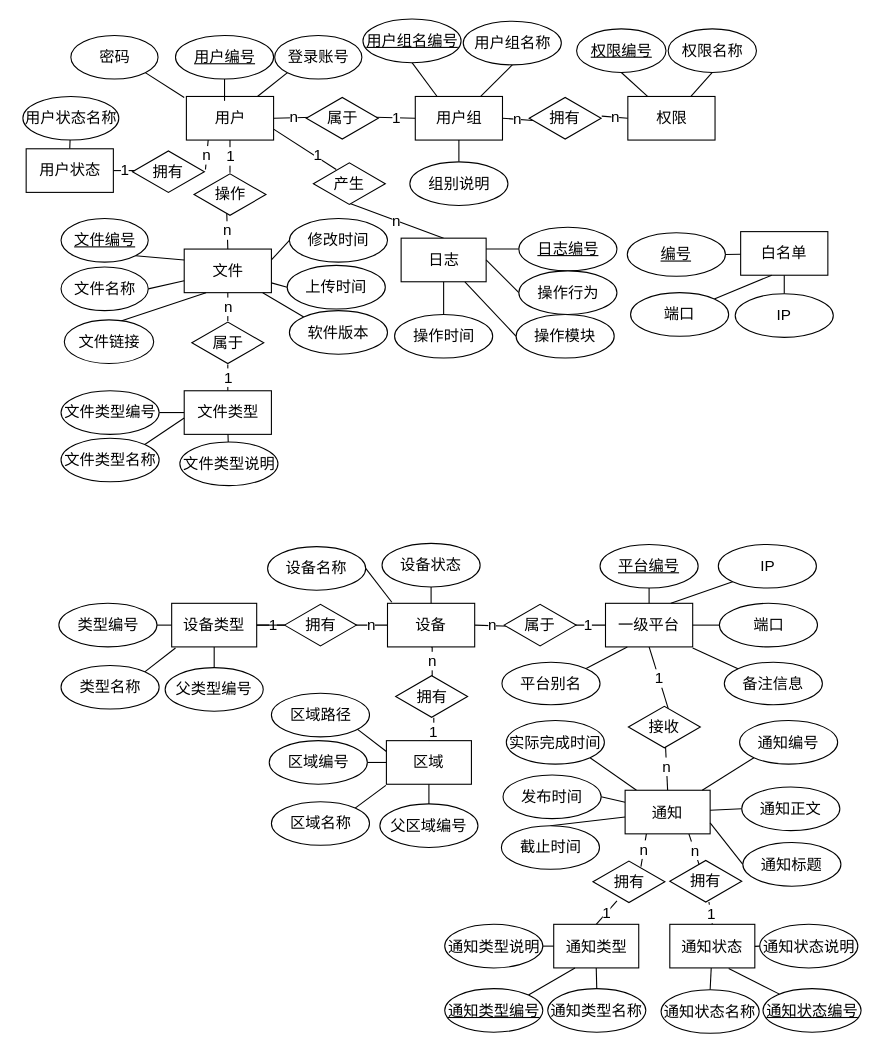
The draw.io diagram E-R.drawio in waterwatermelon/graph, before the edit. Source tidied: cells renumbered, new cells numbered last; positions are measured from the earlier drawing's top-left corner, leaving out a move shared by most shapes. Both pictures are drawn from the tidied source at 109%, with x=0, y=0 at pixel (23, 19).
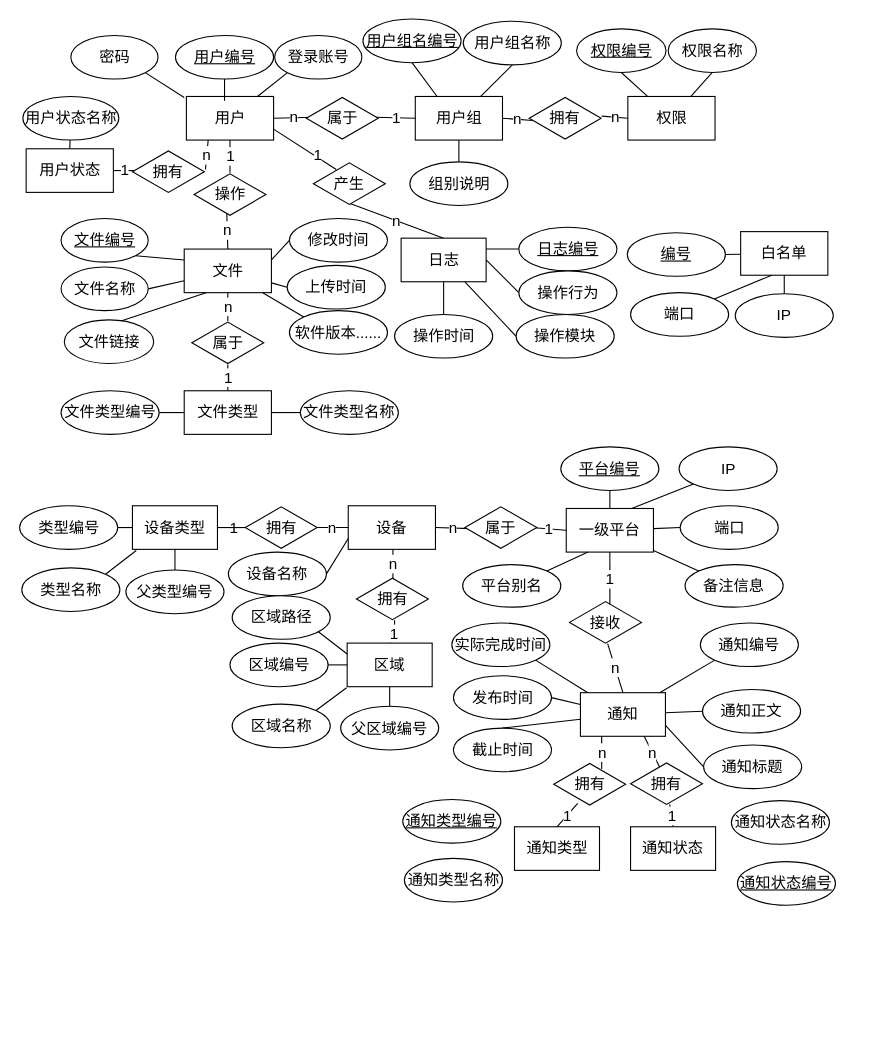
Above is the later version.

The change refers to these unchanged cells:
```xml
<mxCell id="135" value="文件类型" style="rounded=0;whiteSpace=wrap;html=1;fontSize=14;" parent="1" vertex="1">
  <mxGeometry x="147.5" y="341" width="80" height="40" as="geometry" />
</mxCell>
```

What changed in the source:
```diff
@@
     <mxCell id="29" value="n" style="edgeStyle=orthogonalEdgeStyle;rounded=0;jettySize=auto;html=1;exitX=0.5;exitY=1;exitDx=0;exitDy=0;endArrow=none;endFill=0;fontSize=14;" parent="1" edge="1" source="31">
       <mxGeometry relative="1" as="geometry">
-        <mxPoint x="375" y="603.5" as="targetPoint" />
+        <mxPoint x="339" y="514" as="targetPoint" />
       </mxGeometry>
     </mxCell>
@@
     <mxCell id="31" value="设备" style="rounded=0;whiteSpace=wrap;html=1;fontSize=14;" parent="1" vertex="1">
-      <mxGeometry x="334" y="536" width="80" height="40" as="geometry" />
+      <mxGeometry x="298" y="446.5" width="80" height="40" as="geometry" />
     </mxCell>
@@
     <mxCell id="34" value="一级平台" style="rounded=0;whiteSpace=wrap;html=1;fontSize=14;" parent="1" vertex="1">
-      <mxGeometry x="534" y="536" width="80" height="40" as="geometry" />
+      <mxGeometry x="498" y="449" width="80" height="40" as="geometry" />
     </mxCell>
-    <mxCell id="35" style="edgeStyle=none;rounded=0;jettySize=auto;html=1;exitX=1;exitY=0.5;exitDx=0;exitDy=0;entryX=0.05;entryY=-0.025;entryDx=0;entryDy=0;entryPerimeter=0;endArrow=none;endFill=0;fontSize=14;" parent="1" edge="1" source="36" target="31">
+    <mxCell id="35" style="rounded=0;jettySize=auto;html=1;exitX=1;exitY=0.5;exitDx=0;exitDy=0;entryX=0;entryY=0.75;entryDx=0;entryDy=0;endArrow=none;endFill=0;" parent="1" edge="1" source="36" target="31">
       <mxGeometry relative="1" as="geometry" />
     </mxCell>
     <mxCell id="36" value="设备名称" style="ellipse;whiteSpace=wrap;html=1;fontSize=14;" parent="1" vertex="1">
-      <mxGeometry x="224" y="484" width="90" height="40" as="geometry" />
+      <mxGeometry x="188" y="489" width="90" height="40" as="geometry" />
     </mxCell>
     <mxCell id="37" value="属于" style="html=1;whiteSpace=wrap;shape=isoRectangle;fontSize=14;" parent="1" vertex="1">
-      <mxGeometry x="441" y="536" width="66" height="40" as="geometry" />
+      <mxGeometry x="405" y="446.5" width="66" height="40" as="geometry" />
     </mxCell>
@@
     <mxCell id="39" value="&lt;u style=&quot;font-size: 14px;&quot;&gt;平台编号&lt;/u&gt;" style="ellipse;whiteSpace=wrap;html=1;fontSize=14;" parent="1" vertex="1">
-      <mxGeometry x="529" y="482" width="90" height="40" as="geometry" />
+      <mxGeometry x="493" y="392.5" width="90" height="40" as="geometry" />
     </mxCell>
-    <mxCell id="40" style="edgeStyle=none;rounded=0;jettySize=auto;html=1;exitX=0.5;exitY=1;exitDx=0;exitDy=0;entryX=0.5;entryY=0;entryDx=0;entryDy=0;endArrow=none;endFill=0;fontSize=14;" parent="1" edge="1" source="41" target="31">
-      <mxGeometry relative="1" as="geometry" />
-    </mxCell>
-    <mxCell id="41" value="设备状态" style="ellipse;whiteSpace=wrap;html=1;fontSize=14;" parent="1" vertex="1">
-      <mxGeometry x="329" y="481" width="90" height="40" as="geometry" />
-    </mxCell>
@@
     <mxCell id="43" value="IP" style="ellipse;whiteSpace=wrap;html=1;fontSize=14;" parent="1" vertex="1">
-      <mxGeometry x="637.5" y="482" width="90" height="40" as="geometry" />
+      <mxGeometry x="601.5" y="392.5" width="90" height="40" as="geometry" />
     </mxCell>
@@
     <mxCell id="45" value="端口" style="ellipse;whiteSpace=wrap;html=1;fontSize=14;" parent="1" vertex="1">
-      <mxGeometry x="638.5" y="536" width="90" height="40" as="geometry" />
+      <mxGeometry x="602.5" y="446.5" width="90" height="40" as="geometry" />
     </mxCell>
@@
     <mxCell id="72" value="区域" style="rounded=0;whiteSpace=wrap;html=1;fontSize=14;" parent="1" vertex="1">
-      <mxGeometry x="333" y="662" width="78" height="40" as="geometry" />
+      <mxGeometry x="297" y="572.5" width="78" height="40" as="geometry" />
     </mxCell>
     <mxCell id="73" value="拥有" style="html=1;whiteSpace=wrap;shape=isoRectangle;fontSize=14;" parent="1" vertex="1">
-      <mxGeometry x="341.5" y="601.5" width="66" height="40" as="geometry" />
+      <mxGeometry x="305.5" y="512" width="66" height="40" as="geometry" />
     </mxCell>
@@
     <mxCell id="75" value="区域编号" style="ellipse;whiteSpace=wrap;html=1;fontSize=14;" parent="1" vertex="1">
-      <mxGeometry x="225.5" y="662" width="90" height="40" as="geometry" />
+      <mxGeometry x="189.5" y="572.5" width="90" height="40" as="geometry" />
     </mxCell>
     <mxCell id="76" style="edgeStyle=none;rounded=0;jettySize=auto;html=1;exitX=1;exitY=0;exitDx=0;exitDy=0;endArrow=none;endFill=0;fontSize=14;" parent="1" edge="1" source="77">
       <mxGeometry relative="1" as="geometry">
-        <mxPoint x="332.5" y="703" as="targetPoint" />
+        <mxPoint x="296.5" y="613.5" as="targetPoint" />
       </mxGeometry>
     </mxCell>
     <mxCell id="77" value="区域名称" style="ellipse;whiteSpace=wrap;html=1;fontSize=14;" parent="1" vertex="1">
-      <mxGeometry x="227.5" y="718" width="90" height="40" as="geometry" />
+      <mxGeometry x="191.5" y="628.5" width="90" height="40" as="geometry" />
     </mxCell>
@@
     <mxCell id="79" value="父区域编号" style="ellipse;whiteSpace=wrap;html=1;fontSize=14;" parent="1" vertex="1">
-      <mxGeometry x="327" y="720" width="90" height="40" as="geometry" />
+      <mxGeometry x="291" y="630.5" width="90" height="40" as="geometry" />
     </mxCell>
     <mxCell id="80" style="edgeStyle=none;rounded=0;jettySize=auto;html=1;exitX=1;exitY=1;exitDx=0;exitDy=0;entryX=0;entryY=0.25;entryDx=0;entryDy=0;endArrow=none;endFill=0;fontSize=14;" parent="1" edge="1" target="72">
       <mxGeometry relative="1" as="geometry">
-        <mxPoint x="304.5" y="650" as="sourcePoint" />
+        <mxPoint x="268.5" y="560.5" as="sourcePoint" />
       </mxGeometry>
     </mxCell>
     <mxCell id="81" value="区域路径" style="ellipse;whiteSpace=wrap;html=1;fontSize=14;" parent="1" vertex="1">
-      <mxGeometry x="227.5" y="618.5" width="90" height="40" as="geometry" />
+      <mxGeometry x="191.5" y="529" width="90" height="40" as="geometry" />
     </mxCell>
@@
     <mxCell id="91" value="平台别名" style="ellipse;whiteSpace=wrap;html=1;fontSize=14;" parent="1" vertex="1">
-      <mxGeometry x="439" y="590" width="90" height="39" as="geometry" />
+      <mxGeometry x="403" y="500.5" width="90" height="39" as="geometry" />
     </mxCell>
@@
     <mxCell id="95" value="设备类型" style="rounded=0;whiteSpace=wrap;html=1;fontSize=14;" parent="1" vertex="1">
-      <mxGeometry x="136" y="536" width="78" height="40" as="geometry" />
+      <mxGeometry x="100" y="446.5" width="78" height="40" as="geometry" />
     </mxCell>
@@
     <mxCell id="97" value="类型编号" style="ellipse;whiteSpace=wrap;html=1;fontSize=14;" parent="1" vertex="1">
-      <mxGeometry x="32.5" y="536" width="90" height="40" as="geometry" />
+      <mxGeometry x="-3.5" y="446.5" width="90" height="40" as="geometry" />
     </mxCell>
     <mxCell id="98" style="edgeStyle=none;rounded=0;jettySize=auto;html=1;exitX=1;exitY=0;exitDx=0;exitDy=0;endArrow=none;endFill=0;fontSize=14;" parent="1" edge="1" source="99">
       <mxGeometry relative="1" as="geometry">
-        <mxPoint x="139.5" y="577" as="targetPoint" />
+        <mxPoint x="103.5" y="487.5" as="targetPoint" />
       </mxGeometry>
     </mxCell>
     <mxCell id="99" value="类型名称" style="ellipse;whiteSpace=wrap;html=1;fontSize=14;" parent="1" vertex="1">
-      <mxGeometry x="34.5" y="593" width="90" height="40" as="geometry" />
+      <mxGeometry x="-1.5" y="503.5" width="90" height="40" as="geometry" />
     </mxCell>
@@
     <mxCell id="101" value="拥有" style="html=1;whiteSpace=wrap;shape=isoRectangle;fontSize=14;" parent="1" vertex="1">
-      <mxGeometry x="239.5" y="536" width="66" height="40" as="geometry" />
+      <mxGeometry x="203.5" y="446.5" width="66" height="40" as="geometry" />
     </mxCell>
@@
     <mxCell id="103" value="父类型编号" style="ellipse;whiteSpace=wrap;html=1;fontSize=14;" parent="1" vertex="1">
-      <mxGeometry x="130" y="595" width="90" height="40" as="geometry" />
+      <mxGeometry x="94" y="505.5" width="90" height="40" as="geometry" />
     </mxCell>
@@
     <mxCell id="105" value="发布时间" style="ellipse;whiteSpace=wrap;html=1;fontSize=14;" parent="1" vertex="1">
-      <mxGeometry x="440" y="693.5" width="90" height="40" as="geometry" />
+      <mxGeometry x="394.5" y="602.5" width="90" height="40" as="geometry" />
     </mxCell>
@@
     <mxCell id="107" value="实际完成时间" style="ellipse;whiteSpace=wrap;html=1;fontSize=14;" parent="1" vertex="1">
-      <mxGeometry x="443" y="643.5" width="90" height="40" as="geometry" />
+      <mxGeometry x="393" y="554" width="90" height="40" as="geometry" />
     </mxCell>
@@
     <mxCell id="109" value="截止时间" style="ellipse;whiteSpace=wrap;html=1;fontSize=14;" parent="1" vertex="1">
-      <mxGeometry x="438.5" y="740" width="90" height="40" as="geometry" />
+      <mxGeometry x="394.5" y="650.5" width="90" height="40" as="geometry" />
     </mxCell>
-    <mxCell id="110" value="n" style="edgeStyle=none;rounded=0;jettySize=auto;html=1;exitX=0.5;exitY=0;exitDx=0;exitDy=0;endArrow=none;endFill=0;fontSize=14;" parent="1" edge="1" source="113">
-      <mxGeometry relative="1" as="geometry">
-        <mxPoint x="588.9" y="663.5" as="targetPoint" />
-      </mxGeometry>
-    </mxCell>
@@
+    <mxCell id="110" value="n&lt;br style=&quot;font-size: 14px;&quot;&gt;" style="edgeStyle=none;rounded=0;jettySize=auto;html=1;exitX=0.5;exitY=0;exitDx=0;exitDy=0;entryX=0.53;entryY=0.988;entryDx=0;entryDy=0;entryPerimeter=0;endArrow=none;endFill=0;fontSize=14;" parent="1" edge="1" source="113" target="144">
+      <mxGeometry relative="1" as="geometry" />
+    </mxCell>
     <mxCell id="113" value="通知" style="rounded=0;whiteSpace=wrap;html=1;fontSize=14;" parent="1" vertex="1">
-      <mxGeometry x="552" y="707.5" width="78" height="40" as="geometry" />
+      <mxGeometry x="511" y="618" width="78" height="40" as="geometry" />
     </mxCell>
@@
     <mxCell id="115" value="通知编号" style="ellipse;whiteSpace=wrap;html=1;fontSize=14;" parent="1" vertex="1">
-      <mxGeometry x="657" y="643.5" width="90" height="40" as="geometry" />
+      <mxGeometry x="621" y="554" width="90" height="40" as="geometry" />
     </mxCell>
@@
     <mxCell id="117" value="通知标题" style="ellipse;whiteSpace=wrap;html=1;fontSize=14;" parent="1" vertex="1">
-      <mxGeometry x="660" y="755.5" width="90" height="40" as="geometry" />
+      <mxGeometry x="624" y="666" width="90" height="40" as="geometry" />
     </mxCell>
@@
     <mxCell id="119" value="通知正文" style="ellipse;whiteSpace=wrap;html=1;fontSize=14;" parent="1" vertex="1">
-      <mxGeometry x="659" y="704.5" width="90" height="40" as="geometry" />
+      <mxGeometry x="623" y="615" width="90" height="40" as="geometry" />
     </mxCell>
     <mxCell id="120" style="edgeStyle=none;rounded=0;orthogonalLoop=1;jettySize=auto;html=1;exitX=0;exitY=0;exitDx=0;exitDy=0;endArrow=none;endFill=0;fontSize=14;" parent="1" edge="1">
       <mxGeometry relative="1" as="geometry">
-        <mxPoint x="660" y="598" as="sourcePoint" />
-        <mxPoint x="614" y="577" as="targetPoint" />
+        <mxPoint x="624" y="508.5" as="sourcePoint" />
+        <mxPoint x="578" y="487.5" as="targetPoint" />
       </mxGeometry>
     </mxCell>
     <mxCell id="121" value="备注信息" style="ellipse;whiteSpace=wrap;html=1;fontSize=14;" parent="1" vertex="1">
-      <mxGeometry x="643" y="590" width="90" height="39" as="geometry" />
+      <mxGeometry x="607" y="500.5" width="90" height="39" as="geometry" />
     </mxCell>
-    <mxCell id="122" style="edgeStyle=none;rounded=0;jettySize=auto;html=1;exitX=0.5;exitY=1;exitDx=0;exitDy=0;endArrow=none;endFill=0;fontSize=14;" parent="1" edge="1" source="124" target="127">
-      <mxGeometry relative="1" as="geometry" />
-    </mxCell>
     <mxCell id="123" value="1" style="edgeStyle=none;rounded=0;jettySize=auto;html=1;exitX=0.5;exitY=0;exitDx=0;exitDy=0;entryX=0.364;entryY=0.85;entryDx=0;entryDy=0;entryPerimeter=0;endArrow=none;endFill=0;fontSize=14;" parent="1" edge="1" source="124">
       <mxGeometry relative="1" as="geometry">
-        <mxPoint x="544.5" y="809" as="targetPoint" />
+        <mxPoint x="508.5" y="719.5" as="targetPoint" />
       </mxGeometry>
     </mxCell>
     <mxCell id="124" value="通知类型" style="rounded=0;whiteSpace=wrap;html=1;fontSize=14;" parent="1" vertex="1">
-      <mxGeometry x="486.5" y="830.5" width="78" height="40" as="geometry" />
+      <mxGeometry x="450.5" y="741" width="78" height="40" as="geometry" />
     </mxCell>
-    <mxCell id="125" style="edgeStyle=none;rounded=0;jettySize=auto;html=1;exitX=1;exitY=0;exitDx=0;exitDy=0;entryX=0.25;entryY=1;entryDx=0;entryDy=0;endArrow=none;endFill=0;fontSize=14;" parent="1" edge="1" source="126" target="124">
-      <mxGeometry relative="1" as="geometry" />
-    </mxCell>
     <mxCell id="126" value="&lt;u&gt;通知类型编号&lt;/u&gt;" style="ellipse;whiteSpace=wrap;html=1;fontSize=14;" parent="1" vertex="1">
-      <mxGeometry x="386.5" y="889.5" width="90" height="40" as="geometry" />
+      <mxGeometry x="348" y="716" width="90" height="40" as="geometry" />
     </mxCell>
     <mxCell id="127" value="通知类型名称" style="ellipse;whiteSpace=wrap;html=1;fontSize=14;" parent="1" vertex="1">
-      <mxGeometry x="481" y="889.5" width="90" height="40" as="geometry" />
+      <mxGeometry x="349.5" y="770" width="90" height="40" as="geometry" />
     </mxCell>
-    <mxCell id="128" style="edgeStyle=none;rounded=0;jettySize=auto;html=1;exitX=1;exitY=0.5;exitDx=0;exitDy=0;endArrow=none;endFill=0;fontSize=14;" parent="1" edge="1" source="129" target="124">
-      <mxGeometry relative="1" as="geometry" />
-    </mxCell>
-    <mxCell id="129" value="通知类型说明" style="ellipse;whiteSpace=wrap;html=1;fontSize=14;" parent="1" vertex="1">
-      <mxGeometry x="386.5" y="830.5" width="90" height="40" as="geometry" />
-    </mxCell>
@@
-    <mxCell id="133" style="edgeStyle=none;rounded=0;jettySize=auto;html=1;exitX=0.5;exitY=1;exitDx=0;exitDy=0;endArrow=none;endFill=0;fontSize=14;" parent="1" edge="1" target="137">
-      <mxGeometry relative="1" as="geometry">
-        <mxPoint x="187.5" y="376" as="sourcePoint" />
-      </mxGeometry>
-    </mxCell>
@@
-    <mxCell id="137" value="文件类型说明" style="ellipse;whiteSpace=wrap;html=1;fontSize=14;" parent="1" vertex="1">
-      <mxGeometry x="143.5" y="388" width="90" height="40" as="geometry" />
-    </mxCell>
-    <mxCell id="138" style="rounded=0;jettySize=auto;html=1;exitX=1;exitY=0;exitDx=0;exitDy=0;entryX=0;entryY=0.75;entryDx=0;entryDy=0;endArrow=none;endFill=0;fontSize=14;" parent="1" edge="1" source="139">
-      <mxGeometry relative="1" as="geometry">
-        <mxPoint x="147.5" y="366" as="targetPoint" />
-      </mxGeometry>
-    </mxCell>
+    <mxCell id="157" style="edgeStyle=orthogonalEdgeStyle;rounded=0;jettySize=auto;html=1;exitX=0;exitY=0.5;exitDx=0;exitDy=0;entryX=1;entryY=0.5;entryDx=0;entryDy=0;endArrow=none;endFill=0;" parent="1" edge="1" source="139" target="135">
+      <mxGeometry relative="1" as="geometry" />
+    </mxCell>
     <mxCell id="139" value="文件类型名称" style="ellipse;whiteSpace=wrap;html=1;fontSize=14;" parent="1" vertex="1">
-      <mxGeometry x="34.5" y="384.5" width="90" height="40" as="geometry" />
+      <mxGeometry x="254" y="341" width="90" height="40" as="geometry" />
     </mxCell>
-    <mxCell id="140" style="edgeStyle=none;rounded=0;jettySize=auto;html=1;exitX=1;exitY=0.5;exitDx=0;exitDy=0;entryX=0;entryY=0.5;entryDx=0;entryDy=0;endArrow=none;endFill=0;fontSize=14;" parent="1" edge="1" target="147">
-      <mxGeometry relative="1" as="geometry">
-        <mxPoint x="666" y="851" as="sourcePoint" />
-      </mxGeometry>
-    </mxCell>
-    <mxCell id="141" style="edgeStyle=none;rounded=0;jettySize=auto;html=1;exitX=0.75;exitY=1;exitDx=0;exitDy=0;endArrow=none;endFill=0;fontSize=14;" parent="1" edge="1" target="148">
-      <mxGeometry relative="1" as="geometry">
-        <mxPoint x="647" y="871" as="sourcePoint" />
-      </mxGeometry>
-    </mxCell>
     <mxCell id="142" value="1" style="edgeStyle=none;rounded=0;jettySize=auto;html=1;exitX=0.5;exitY=0;exitDx=0;exitDy=0;endArrow=none;endFill=0;fontSize=14;" parent="1" edge="1" source="143">
       <mxGeometry relative="1" as="geometry">
-        <mxPoint x="628.9" y="810" as="targetPoint" />
+        <mxPoint x="592.9" y="720.5" as="targetPoint" />
       </mxGeometry>
     </mxCell>
     <mxCell id="143" value="通知状态" style="rounded=0;whiteSpace=wrap;html=1;fontSize=14;" parent="1" vertex="1">
-      <mxGeometry x="593" y="830.5" width="78" height="40" as="geometry" />
+      <mxGeometry x="557" y="741" width="78" height="40" as="geometry" />
     </mxCell>
     <mxCell id="144" value="接收" style="html=1;whiteSpace=wrap;shape=isoRectangle;fontSize=14;" parent="1" vertex="1">
-      <mxGeometry x="555" y="629.5" width="66" height="40" as="geometry" />
+      <mxGeometry x="501" y="533.5" width="66" height="40" as="geometry" />
     </mxCell>
-    <mxCell id="145" style="edgeStyle=none;rounded=0;jettySize=auto;html=1;exitX=0.5;exitY=0;exitDx=0;exitDy=0;endArrow=none;endFill=0;fontSize=14;" parent="1" edge="1" source="146" target="143">
-      <mxGeometry relative="1" as="geometry" />
-    </mxCell>
     <mxCell id="146" value="通知状态名称" style="ellipse;whiteSpace=wrap;html=1;fontSize=14;" parent="1" vertex="1">
-      <mxGeometry x="585" y="890.5" width="90" height="40" as="geometry" />
+      <mxGeometry x="649.5" y="717" width="90" height="40" as="geometry" />
     </mxCell>
-    <mxCell id="147" value="通知状态说明" style="ellipse;whiteSpace=wrap;html=1;fontSize=14;" parent="1" vertex="1">
-      <mxGeometry x="675.5" y="830.5" width="90" height="40" as="geometry" />
-    </mxCell>
     <mxCell id="148" value="&lt;u&gt;通知状态编号&lt;/u&gt;" style="ellipse;whiteSpace=wrap;html=1;fontSize=14;" parent="1" vertex="1">
-      <mxGeometry x="678.5" y="889.5" width="90" height="40" as="geometry" />
+      <mxGeometry x="655" y="773" width="90" height="40" as="geometry" />
     </mxCell>
     <mxCell id="149" value="拥有" style="html=1;whiteSpace=wrap;shape=isoRectangle;fontSize=14;" parent="1" vertex="1">
-      <mxGeometry x="522.5" y="771.5" width="66" height="40" as="geometry" />
+      <mxGeometry x="486.5" y="682" width="66" height="40" as="geometry" />
     </mxCell>
     <mxCell id="150" value="拥有" style="html=1;whiteSpace=wrap;shape=isoRectangle;fontSize=14;" parent="1" vertex="1">
-      <mxGeometry x="593" y="771" width="66" height="40" as="geometry" />
+      <mxGeometry x="557" y="681.5" width="66" height="40" as="geometry" />
     </mxCell>
@@
-    <mxCell id="152" value="软件版本" style="ellipse;whiteSpace=wrap;html=1;fontSize=14;" parent="1" vertex="1">
+    <mxCell id="152" value="软件版本......" style="ellipse;whiteSpace=wrap;html=1;fontSize=14;" parent="1" vertex="1">
       <mxGeometry x="244" y="267.5" width="90" height="40" as="geometry" />
     </mxCell>
```
